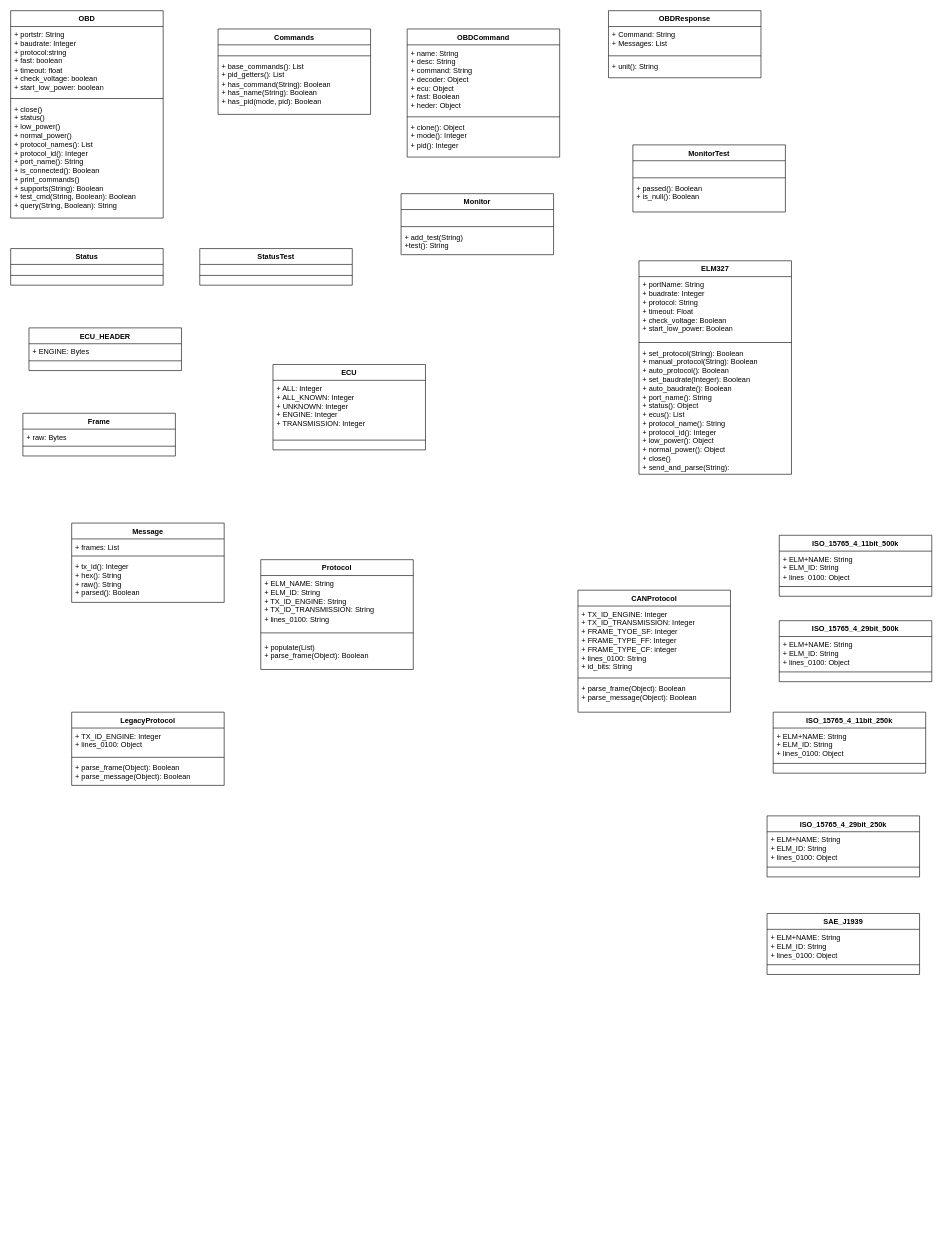
This is docs/python-OBD.drawio from ironiot/bcit-issp, a draw.io file, before an edit. Source tidied: cells renumbered, new cells numbered last; positions are measured from the earlier drawing's top-left corner, leaving out a move shared by most shapes. Both pictures are drawn from the tidied source at 61%, with x=0, y=0 at pixel (10, 10).
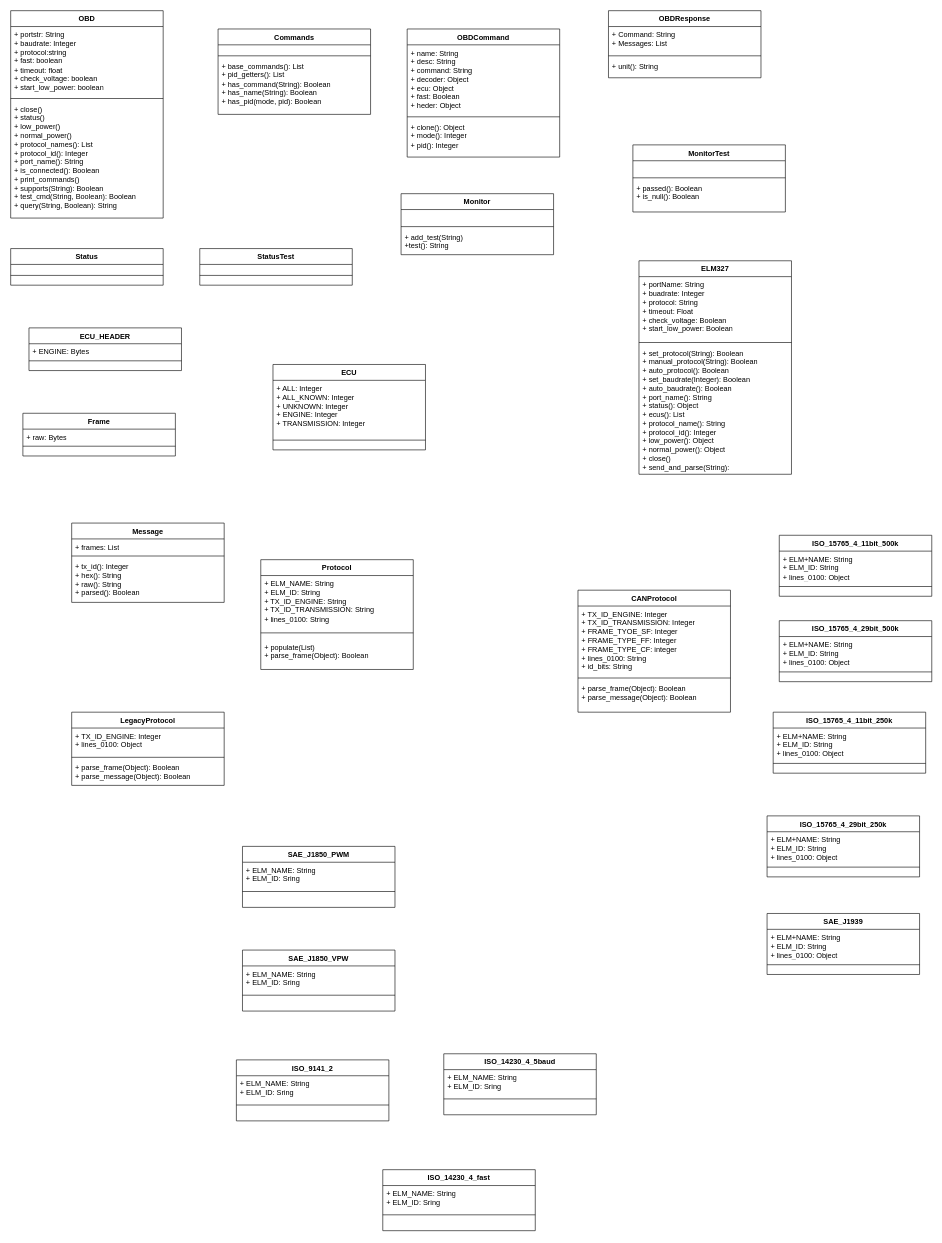
The same page after the edit.

Commit message (it also covers changes not shown here):
added UML class diagrams for SAE_J1850_PWM, SAE_J1850_VPW, ISO_9141_2, ISO_14230_4_5baud, and ISO_14230_4_fast classes

What changed in the source:
```diff
@@
+    <mxCell id="86" value="SAE_J1850_PWM" style="swimlane;fontStyle=1;align=center;verticalAlign=top;horizontal=1;startSize=26;whiteSpace=wrap;html=1;" parent="1" vertex="1">
+      <mxGeometry x="380" y="1370" width="250" height="100" as="geometry" />
+    </mxCell>
+    <mxCell id="87" value="+ ELM_NAME: String&lt;div&gt;+ ELM_ID: Sring&lt;/div&gt;" style="text;strokeColor=none;fillColor=none;align=left;verticalAlign=top;spacingLeft=4;spacingRight=4;overflow=hidden;whiteSpace=wrap;html=1;" parent="86" vertex="1">
+      <mxGeometry y="26" width="250" height="44" as="geometry" />
+    </mxCell>
+    <mxCell id="88" style="line;strokeWidth=1;fillColor=none;align=left;verticalAlign=middle;spacingTop=-1;spacingLeft=3;spacingRight=3;labelPosition=right;strokeColor=inherit;" parent="86" vertex="1">
+      <mxGeometry y="70" width="250" height="8" as="geometry" />
+    </mxCell>
+    <mxCell id="89" value="&lt;div&gt;&lt;br&gt;&lt;/div&gt;" style="text;strokeColor=none;fillColor=none;align=left;verticalAlign=top;spacingLeft=4;spacingRight=4;overflow=hidden;whiteSpace=wrap;html=1;" parent="86" vertex="1">
+      <mxGeometry y="78" width="250" height="22" as="geometry" />
+    </mxCell>
+    <mxCell id="90" value="SAE_J1850_VPW" style="swimlane;fontStyle=1;align=center;verticalAlign=top;horizontal=1;startSize=26;whiteSpace=wrap;html=1;" parent="1" vertex="1">
+      <mxGeometry x="380" y="1540" width="250" height="100" as="geometry" />
+    </mxCell>
+    <mxCell id="91" value="+ ELM_NAME: String&lt;div&gt;+ ELM_ID: Sring&lt;/div&gt;" style="text;strokeColor=none;fillColor=none;align=left;verticalAlign=top;spacingLeft=4;spacingRight=4;overflow=hidden;whiteSpace=wrap;html=1;" parent="90" vertex="1">
+      <mxGeometry y="26" width="250" height="44" as="geometry" />
+    </mxCell>
+    <mxCell id="92" style="line;strokeWidth=1;fillColor=none;align=left;verticalAlign=middle;spacingTop=-1;spacingLeft=3;spacingRight=3;labelPosition=right;strokeColor=inherit;" parent="90" vertex="1">
+      <mxGeometry y="70" width="250" height="8" as="geometry" />
+    </mxCell>
+    <mxCell id="93" value="&lt;div&gt;&lt;br&gt;&lt;/div&gt;" style="text;strokeColor=none;fillColor=none;align=left;verticalAlign=top;spacingLeft=4;spacingRight=4;overflow=hidden;whiteSpace=wrap;html=1;" parent="90" vertex="1">
+      <mxGeometry y="78" width="250" height="22" as="geometry" />
+    </mxCell>
+    <mxCell id="94" value="ISO_9141_2" style="swimlane;fontStyle=1;align=center;verticalAlign=top;horizontal=1;startSize=26;whiteSpace=wrap;html=1;" parent="1" vertex="1">
+      <mxGeometry x="370" y="1720" width="250" height="100" as="geometry" />
+    </mxCell>
+    <mxCell id="95" value="+ ELM_NAME: String&lt;div&gt;+ ELM_ID: Sring&lt;/div&gt;" style="text;strokeColor=none;fillColor=none;align=left;verticalAlign=top;spacingLeft=4;spacingRight=4;overflow=hidden;whiteSpace=wrap;html=1;" parent="94" vertex="1">
+      <mxGeometry y="26" width="250" height="44" as="geometry" />
+    </mxCell>
+    <mxCell id="96" style="line;strokeWidth=1;fillColor=none;align=left;verticalAlign=middle;spacingTop=-1;spacingLeft=3;spacingRight=3;labelPosition=right;strokeColor=inherit;" parent="94" vertex="1">
+      <mxGeometry y="70" width="250" height="8" as="geometry" />
+    </mxCell>
+    <mxCell id="97" value="&lt;div&gt;&lt;br&gt;&lt;/div&gt;" style="text;strokeColor=none;fillColor=none;align=left;verticalAlign=top;spacingLeft=4;spacingRight=4;overflow=hidden;whiteSpace=wrap;html=1;" parent="94" vertex="1">
+      <mxGeometry y="78" width="250" height="22" as="geometry" />
+    </mxCell>
+    <mxCell id="98" value="ISO_14230_4_5baud" style="swimlane;fontStyle=1;align=center;verticalAlign=top;horizontal=1;startSize=26;whiteSpace=wrap;html=1;" parent="1" vertex="1">
+      <mxGeometry x="710" y="1710" width="250" height="100" as="geometry" />
+    </mxCell>
+    <mxCell id="99" value="+ ELM_NAME: String&lt;div&gt;+ ELM_ID: Sring&lt;/div&gt;" style="text;strokeColor=none;fillColor=none;align=left;verticalAlign=top;spacingLeft=4;spacingRight=4;overflow=hidden;whiteSpace=wrap;html=1;" parent="98" vertex="1">
+      <mxGeometry y="26" width="250" height="44" as="geometry" />
+    </mxCell>
+    <mxCell id="100" style="line;strokeWidth=1;fillColor=none;align=left;verticalAlign=middle;spacingTop=-1;spacingLeft=3;spacingRight=3;labelPosition=right;strokeColor=inherit;" parent="98" vertex="1">
+      <mxGeometry y="70" width="250" height="8" as="geometry" />
+    </mxCell>
+    <mxCell id="101" value="&lt;div&gt;&lt;br&gt;&lt;/div&gt;" style="text;strokeColor=none;fillColor=none;align=left;verticalAlign=top;spacingLeft=4;spacingRight=4;overflow=hidden;whiteSpace=wrap;html=1;" parent="98" vertex="1">
+      <mxGeometry y="78" width="250" height="22" as="geometry" />
+    </mxCell>
+    <mxCell id="102" value="ISO_14230_4_fast" style="swimlane;fontStyle=1;align=center;verticalAlign=top;horizontal=1;startSize=26;whiteSpace=wrap;html=1;" parent="1" vertex="1">
+      <mxGeometry x="610" y="1900" width="250" height="100" as="geometry" />
+    </mxCell>
+    <mxCell id="103" value="+ ELM_NAME: String&lt;div&gt;+ ELM_ID: Sring&lt;/div&gt;" style="text;strokeColor=none;fillColor=none;align=left;verticalAlign=top;spacingLeft=4;spacingRight=4;overflow=hidden;whiteSpace=wrap;html=1;" parent="102" vertex="1">
+      <mxGeometry y="26" width="250" height="44" as="geometry" />
+    </mxCell>
+    <mxCell id="104" style="line;strokeWidth=1;fillColor=none;align=left;verticalAlign=middle;spacingTop=-1;spacingLeft=3;spacingRight=3;labelPosition=right;strokeColor=inherit;" parent="102" vertex="1">
+      <mxGeometry y="70" width="250" height="8" as="geometry" />
+    </mxCell>
+    <mxCell id="105" value="&lt;div&gt;&lt;br&gt;&lt;/div&gt;" style="text;strokeColor=none;fillColor=none;align=left;verticalAlign=top;spacingLeft=4;spacingRight=4;overflow=hidden;whiteSpace=wrap;html=1;" parent="102" vertex="1">
+      <mxGeometry y="78" width="250" height="22" as="geometry" />
+    </mxCell>
```
